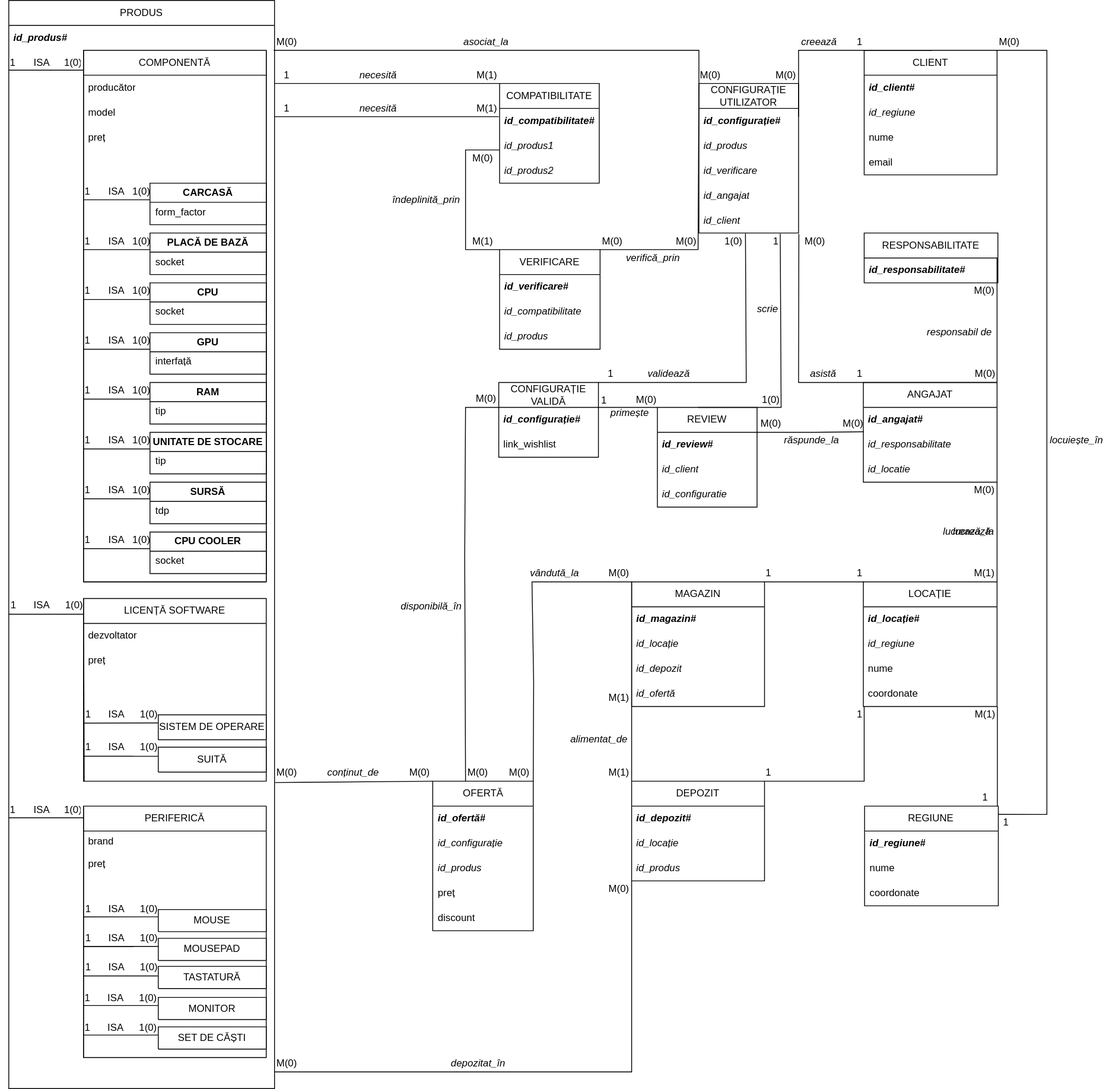
Before: Anul I - Licenta/Semestrul II/Baze de Date/Teme/Tema I/Diagrama ER.svg, a diagram exported from draw.io (vlaxcs/FMI-INFO-S15-2024-2027). Source tidied: cells renumbered, new cells last; positions are measured from the earlier drawing's top-left corner, leaving out a move shared by most shapes.
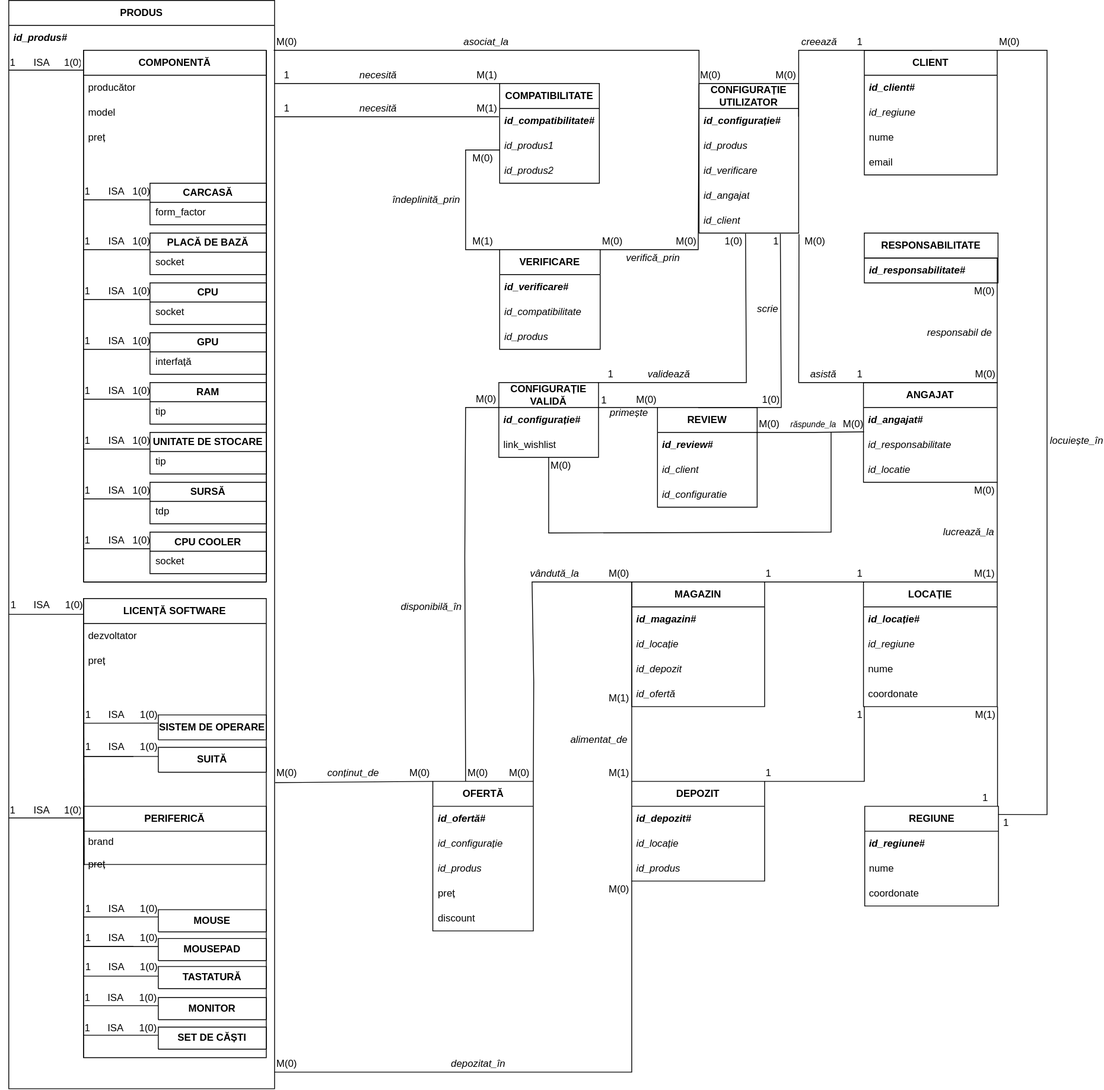
The same file after the commit.

Change to the diagram source:
```diff
@@ -34,3 +34,3 @@
     </mxCell>
-    <mxCell id="10" value="PRODUS" style="swimlane;fontStyle=0;horizontal=1;startSize=30;whiteSpace=wrap;html=1;" parent="1" vertex="1">
+    <mxCell id="10" value="&lt;b&gt;PRODUS&lt;/b&gt;" style="swimlane;fontStyle=0;horizontal=1;startSize=30;whiteSpace=wrap;html=1;" parent="1" vertex="1">
       <mxGeometry x="10" width="320" height="1310" as="geometry" />
@@ -52,3 +52,3 @@
     </mxCell>
-    <mxCell id="16" value="COMPONENTĂ" style="swimlane;fontStyle=0;horizontal=1;startSize=30;whiteSpace=wrap;html=1;fillColor=none;" parent="15" vertex="1">
+    <mxCell id="16" value="&lt;b&gt;COMPONENTĂ&lt;/b&gt;" style="swimlane;fontStyle=0;horizontal=1;startSize=30;whiteSpace=wrap;html=1;fillColor=none;" parent="15" vertex="1">
       <mxGeometry width="220" height="640" as="geometry" />
@@ -258,4 +258,4 @@
     </mxCell>
-    <mxCell id="74" value="LICENȚĂ SOFTWARE" style="swimlane;fontStyle=0;horizontal=1;startSize=30;whiteSpace=wrap;html=1;fillColor=none;" parent="73" vertex="1">
-      <mxGeometry width="220" height="220" as="geometry" />
+    <mxCell id="74" value="&lt;b&gt;LICENȚĂ SOFTWARE&lt;/b&gt;" style="swimlane;fontStyle=0;horizontal=1;startSize=30;whiteSpace=wrap;html=1;fillColor=none;" parent="73" vertex="1">
+      <mxGeometry width="220" height="320" as="geometry" />
     </mxCell>
@@ -277,3 +277,3 @@
     <mxCell id="79" value="&amp;nbsp;" style="text;strokeColor=none;fillColor=none;align=left;verticalAlign=middle;spacingLeft=4;spacingRight=4;overflow=hidden;points=[[0,0.5],[1,0.5]];portConstraint=eastwest;whiteSpace=wrap;html=1;" parent="74" vertex="1">
-      <mxGeometry y="120" width="220" height="100" as="geometry" />
+      <mxGeometry y="220" width="220" height="100" as="geometry" />
     </mxCell>
@@ -282,3 +282,3 @@
     </mxCell>
-    <mxCell id="81" value="SISTEM DE OPERARE" style="swimlane;fontStyle=0;horizontal=1;startSize=30;whiteSpace=wrap;html=1;fillColor=none;" parent="73" vertex="1">
+    <mxCell id="81" value="&lt;b&gt;SISTEM DE OPERARE&lt;/b&gt;" style="swimlane;fontStyle=0;horizontal=1;startSize=30;whiteSpace=wrap;html=1;fillColor=none;" parent="73" vertex="1">
       <mxGeometry x="90" y="140" width="130" height="30" as="geometry" />
@@ -290,3 +290,3 @@
     </mxCell>
-    <mxCell id="83" value="SUITĂ" style="swimlane;fontStyle=0;horizontal=1;startSize=30;whiteSpace=wrap;html=1;fillColor=none;" parent="73" vertex="1">
+    <mxCell id="83" value="&lt;b&gt;SUITĂ&lt;/b&gt;" style="swimlane;fontStyle=0;horizontal=1;startSize=30;whiteSpace=wrap;html=1;fillColor=none;" parent="73" vertex="1">
       <mxGeometry x="90" y="179" width="130" height="30" as="geometry" />
@@ -341,3 +341,3 @@
     </mxCell>
-    <mxCell id="99" value="PERIFERICĂ" style="swimlane;fontStyle=0;horizontal=1;startSize=30;whiteSpace=wrap;html=1;fillColor=none;" parent="98" vertex="1">
+    <mxCell id="99" value="&lt;b&gt;PERIFERICĂ&lt;/b&gt;" style="swimlane;fontStyle=0;horizontal=1;startSize=30;whiteSpace=wrap;html=1;fillColor=none;" parent="98" vertex="1">
       <mxGeometry width="220" height="302.6" as="geometry" />
@@ -394,3 +394,3 @@
     </mxCell>
-    <mxCell id="109" value="MOUSE" style="swimlane;fontStyle=0;horizontal=1;startSize=30;whiteSpace=wrap;html=1;fillColor=none;" parent="98" vertex="1">
+    <mxCell id="109" value="&lt;b&gt;MOUSE&lt;/b&gt;" style="swimlane;fontStyle=0;horizontal=1;startSize=30;whiteSpace=wrap;html=1;fillColor=none;" parent="98" vertex="1">
       <mxGeometry x="90" y="124.4" width="130" height="26.7" as="geometry" />
@@ -402,3 +402,3 @@
     </mxCell>
-    <mxCell id="111" value="MOUSEPAD" style="swimlane;fontStyle=0;horizontal=1;startSize=30;whiteSpace=wrap;html=1;fillColor=none;" parent="98" vertex="1">
+    <mxCell id="111" value="&lt;b&gt;MOUSEPAD&lt;/b&gt;" style="swimlane;fontStyle=0;horizontal=1;startSize=30;whiteSpace=wrap;html=1;fillColor=none;" parent="98" vertex="1">
       <mxGeometry x="90" y="159.1" width="130" height="26.7" as="geometry" />
@@ -429,3 +429,3 @@
     </mxCell>
-    <mxCell id="119" value="TASTATURĂ" style="swimlane;fontStyle=0;horizontal=1;startSize=30;whiteSpace=wrap;html=1;fillColor=none;" parent="96" vertex="1">
+    <mxCell id="119" value="&lt;b&gt;TASTATURĂ&lt;/b&gt;" style="swimlane;fontStyle=0;horizontal=1;startSize=30;whiteSpace=wrap;html=1;fillColor=none;" parent="96" vertex="1">
       <mxGeometry x="90" y="192.9" width="130" height="26.7" as="geometry" />
@@ -441,6 +441,6 @@
     </mxCell>
-    <mxCell id="123" value="MONITOR" style="swimlane;fontStyle=0;horizontal=1;startSize=30;whiteSpace=wrap;html=1;fillColor=none;" parent="96" vertex="1">
+    <mxCell id="123" value="&lt;b&gt;MONITOR&lt;/b&gt;" style="swimlane;fontStyle=0;horizontal=1;startSize=30;whiteSpace=wrap;html=1;fillColor=none;" parent="96" vertex="1">
       <mxGeometry x="90" y="230.2" width="130" height="26.7" as="geometry" />
     </mxCell>
-    <mxCell id="124" value="SET DE CĂȘTI" style="swimlane;fontStyle=0;horizontal=1;startSize=30;whiteSpace=wrap;html=1;fillColor=none;" parent="96" vertex="1">
+    <mxCell id="124" value="&lt;b&gt;SET DE CĂȘTI&lt;/b&gt;" style="swimlane;fontStyle=0;horizontal=1;startSize=30;whiteSpace=wrap;html=1;fillColor=none;" parent="96" vertex="1">
       <mxGeometry x="90" y="265.8" width="130" height="26.7" as="geometry" />
@@ -500,3 +500,3 @@
     </mxCell>
-    <mxCell id="137" value="OFERTĂ" style="swimlane;fontStyle=0;horizontal=1;startSize=30;whiteSpace=wrap;html=1;fillColor=none;" parent="1" vertex="1">
+    <mxCell id="137" value="&lt;b&gt;OFERTĂ&lt;/b&gt;" style="swimlane;fontStyle=0;horizontal=1;startSize=30;whiteSpace=wrap;html=1;fillColor=none;" parent="1" vertex="1">
       <mxGeometry x="520.5" y="940" width="121" height="180" as="geometry" />
@@ -521,3 +521,3 @@
     </mxCell>
-    <mxCell id="144" value="COMPATIBILITATE" style="swimlane;fontStyle=0;horizontal=1;startSize=30;whiteSpace=wrap;html=1;fillColor=none;" parent="1" vertex="1">
+    <mxCell id="144" value="&lt;b&gt;COMPATIBILITATE&lt;/b&gt;" style="swimlane;fontStyle=0;horizontal=1;startSize=30;whiteSpace=wrap;html=1;fillColor=none;" parent="1" vertex="1">
       <mxGeometry x="601" y="100" width="120" height="120" as="geometry" />
@@ -545,3 +545,3 @@
     </mxCell>
-    <mxCell id="152" value="VERIFICARE" style="swimlane;fontStyle=0;horizontal=1;startSize=30;whiteSpace=wrap;html=1;fillColor=none;" parent="1" vertex="1">
+    <mxCell id="152" value="&lt;b&gt;VERIFICARE&lt;/b&gt;" style="swimlane;fontStyle=0;horizontal=1;startSize=30;whiteSpace=wrap;html=1;fillColor=none;" parent="1" vertex="1">
       <mxGeometry x="601" y="300" width="121" height="120" as="geometry" />
@@ -578,3 +578,3 @@
     </mxCell>
-    <mxCell id="162" value="CONFIGURAȚIE UTILIZATOR" style="swimlane;fontStyle=0;horizontal=1;startSize=30;whiteSpace=wrap;html=1;fillColor=none;" parent="1" vertex="1">
+    <mxCell id="162" value="&lt;b&gt;CONFIGURAȚIE UTILIZATOR&lt;/b&gt;" style="swimlane;fontStyle=0;horizontal=1;startSize=30;whiteSpace=wrap;html=1;fillColor=none;" parent="1" vertex="1">
       <mxGeometry x="841" y="100" width="120" height="180" as="geometry" />
@@ -614,3 +614,3 @@
     </mxCell>
-    <mxCell id="172" value="CLIENT" style="swimlane;fontStyle=0;horizontal=1;startSize=30;whiteSpace=wrap;html=1;fillColor=none;" parent="1" vertex="1">
+    <mxCell id="172" value="&lt;b&gt;CLIENT&lt;/b&gt;" style="swimlane;fontStyle=0;horizontal=1;startSize=30;whiteSpace=wrap;html=1;fillColor=none;" parent="1" vertex="1">
       <mxGeometry x="1040" y="60" width="160" height="150" as="geometry" />
@@ -666,3 +666,3 @@
     </mxCell>
-    <mxCell id="186" value="ANGAJAT" style="swimlane;fontStyle=0;horizontal=1;startSize=30;whiteSpace=wrap;html=1;fillColor=none;" parent="1" vertex="1">
+    <mxCell id="186" value="&lt;b&gt;ANGAJAT&lt;/b&gt;" style="swimlane;fontStyle=0;horizontal=1;startSize=30;whiteSpace=wrap;html=1;fillColor=none;" parent="1" vertex="1">
       <mxGeometry x="1039" y="460" width="161" height="120" as="geometry" />
@@ -678,3 +678,3 @@
     </mxCell>
-    <mxCell id="190" value="RESPONSABILITATE" style="swimlane;fontStyle=0;horizontal=1;startSize=30;whiteSpace=wrap;html=1;fillColor=none;" parent="1" vertex="1">
+    <mxCell id="190" value="&lt;b&gt;RESPONSABILITATE&lt;/b&gt;" style="swimlane;fontStyle=0;horizontal=1;startSize=30;whiteSpace=wrap;html=1;fillColor=none;" parent="1" vertex="1">
       <mxGeometry x="1040" y="280" width="161" height="60" as="geometry" />
@@ -718,3 +718,3 @@
     </mxCell>
-    <mxCell id="200" value="CONFIGURAȚIE VALIDĂ" style="swimlane;fontStyle=0;horizontal=1;startSize=30;whiteSpace=wrap;html=1;fillColor=none;" parent="1" vertex="1">
+    <mxCell id="200" value="&lt;b&gt;CONFIGURAȚIE VALIDĂ&lt;/b&gt;" style="swimlane;fontStyle=0;horizontal=1;startSize=30;whiteSpace=wrap;html=1;fillColor=none;" parent="1" vertex="1">
       <mxGeometry x="600" y="460" width="120" height="90" as="geometry" />
@@ -761,3 +761,3 @@
     </mxCell>
-    <mxCell id="210" value="LOCAȚIE" style="swimlane;fontStyle=0;horizontal=1;startSize=30;whiteSpace=wrap;html=1;fillColor=none;" parent="1" vertex="1">
+    <mxCell id="210" value="&lt;b&gt;LOCAȚIE&lt;/b&gt;" style="swimlane;fontStyle=0;horizontal=1;startSize=30;whiteSpace=wrap;html=1;fillColor=none;" parent="1" vertex="1">
       <mxGeometry x="1039" y="700" width="161" height="150" as="geometry" />
@@ -793,6 +793,6 @@
     </mxCell>
-    <mxCell id="219" value="&lt;i&gt;&lt;font style=&quot;font-size: 12px;&quot;&gt;lucrează&lt;/font&gt;&lt;/i&gt;" style="text;html=1;align=center;verticalAlign=middle;whiteSpace=wrap;rounded=0;fontSize=10;fillColor=none;" parent="1" vertex="1">
-      <mxGeometry x="1140" y="630" width="60" height="20" as="geometry" />
+    <mxCell id="219" value="&lt;i&gt;&lt;font style=&quot;font-size: 12px;&quot;&gt;lucrează_la&lt;/font&gt;&lt;/i&gt;" style="text;html=1;align=center;verticalAlign=middle;whiteSpace=wrap;rounded=0;fontSize=10;fillColor=none;" parent="1" vertex="1">
+      <mxGeometry x="1136" y="630" width="60" height="20" as="geometry" />
     </mxCell>
-    <mxCell id="220" value="REGIUNE" style="swimlane;fontStyle=0;horizontal=1;startSize=30;whiteSpace=wrap;html=1;fillColor=none;" parent="1" vertex="1">
+    <mxCell id="220" value="&lt;b&gt;REGIUNE&lt;/b&gt;" style="swimlane;fontStyle=0;horizontal=1;startSize=30;whiteSpace=wrap;html=1;fillColor=none;" parent="1" vertex="1">
       <mxGeometry x="1040.5" y="970" width="161" height="120" as="geometry" />
@@ -823,3 +823,3 @@
     </mxCell>
-    <mxCell id="227" value="DEPOZIT" style="swimlane;fontStyle=0;horizontal=1;startSize=30;whiteSpace=wrap;html=1;fillColor=none;" parent="1" vertex="1">
+    <mxCell id="227" value="&lt;b&gt;DEPOZIT&lt;/b&gt;" style="swimlane;fontStyle=0;horizontal=1;startSize=30;whiteSpace=wrap;html=1;fillColor=none;" parent="1" vertex="1">
       <mxGeometry x="760" y="940" width="160" height="120" as="geometry" />
@@ -835,3 +835,3 @@
     </mxCell>
-    <mxCell id="231" value="MAGAZIN" style="swimlane;fontStyle=0;horizontal=1;startSize=30;whiteSpace=wrap;html=1;fillColor=none;" parent="1" vertex="1">
+    <mxCell id="231" value="&lt;b&gt;MAGAZIN&lt;/b&gt;" style="swimlane;fontStyle=0;horizontal=1;startSize=30;whiteSpace=wrap;html=1;fillColor=none;" parent="1" vertex="1">
       <mxGeometry x="760" y="700" width="160" height="150" as="geometry" />
@@ -948,5 +948,2 @@
     </mxCell>
-    <mxCell id="259" value="&lt;i&gt;&lt;font style=&quot;font-size: 12px;&quot;&gt;lucrează_la&lt;/font&gt;&lt;/i&gt;" style="text;html=1;align=center;verticalAlign=middle;whiteSpace=wrap;rounded=0;fontSize=10;fillColor=none;" parent="1" vertex="1">
-      <mxGeometry x="1136" y="630" width="60" height="20" as="geometry" />
-    </mxCell>
     <mxCell id="260" style="endArrow=none;html=1;rounded=0;fillColor=none;entryX=0.816;entryY=1.03;entryDx=0;entryDy=0;entryPerimeter=0;" parent="1" edge="1" source="262" target="167">
@@ -964,3 +961,3 @@
     </mxCell>
-    <mxCell id="262" value="REVIEW" style="swimlane;fontStyle=0;horizontal=1;startSize=30;whiteSpace=wrap;html=1;fillColor=none;" parent="1" vertex="1">
+    <mxCell id="262" value="&lt;b&gt;REVIEW&lt;/b&gt;" style="swimlane;fontStyle=0;horizontal=1;startSize=30;whiteSpace=wrap;html=1;fillColor=none;" parent="1" vertex="1">
       <mxGeometry x="791" y="490" width="120" height="120" as="geometry" />
@@ -989,3 +986,3 @@
     <mxCell id="270" value="&lt;i&gt;&lt;font style=&quot;font-size: 12px;&quot;&gt;primește&lt;/font&gt;&lt;/i&gt;" style="text;html=1;align=center;verticalAlign=middle;whiteSpace=wrap;rounded=0;fontSize=10;fillColor=none;" parent="1" vertex="1">
-      <mxGeometry x="733" y="487" width="50" height="20" as="geometry" />
+      <mxGeometry x="732" y="487" width="50" height="20" as="geometry" />
     </mxCell>
@@ -1002,4 +999,4 @@
     </mxCell>
-    <mxCell id="273" value="&lt;i&gt;&lt;font style=&quot;font-size: 12px;&quot;&gt;răspunde_la&lt;/font&gt;&lt;/i&gt;" style="text;html=1;align=center;verticalAlign=middle;whiteSpace=wrap;rounded=0;fontSize=10;fillColor=none;" parent="1" vertex="1">
-      <mxGeometry x="951.5" y="520" width="50" height="20" as="geometry" />
+    <mxCell id="273" value="&lt;i&gt;&lt;font&gt;răspunde_la&lt;/font&gt;&lt;/i&gt;" style="text;html=1;align=center;verticalAlign=middle;whiteSpace=wrap;rounded=0;fontSize=10;fillColor=none;" parent="1" vertex="1">
+      <mxGeometry x="954" y="500" width="50" height="20" as="geometry" />
     </mxCell>
@@ -1009,4 +1006,17 @@
     <mxCell id="275" value="M(0)" style="text;html=1;align=center;verticalAlign=middle;whiteSpace=wrap;rounded=0;fillColor=none;" parent="1" vertex="1">
-      <mxGeometry x="913" y="500" width="30" height="20" as="geometry" />
+      <mxGeometry x="911" y="500" width="30" height="20" as="geometry" />
     </mxCell>
+    <mxCell id="276" style="endArrow=none;html=1;rounded=0;fillColor=none;" parent="1" edge="1">
+      <mxGeometry relative="1" as="geometry">
+        <mxPoint x="660" y="550" as="sourcePoint" />
+        <mxPoint x="1000" y="520" as="targetPoint" />
+        <Array as="points">
+          <mxPoint x="660" y="641" />
+          <mxPoint x="1000" y="640" />
+        </Array>
+      </mxGeometry>
+    </mxCell>
+    <mxCell id="277" value="M(0)" style="text;html=1;align=center;verticalAlign=middle;whiteSpace=wrap;rounded=0;fillColor=none;" parent="1" vertex="1">
+      <mxGeometry x="660" y="550" width="30" height="20" as="geometry" />
+    </mxCell>
   </root>
```
